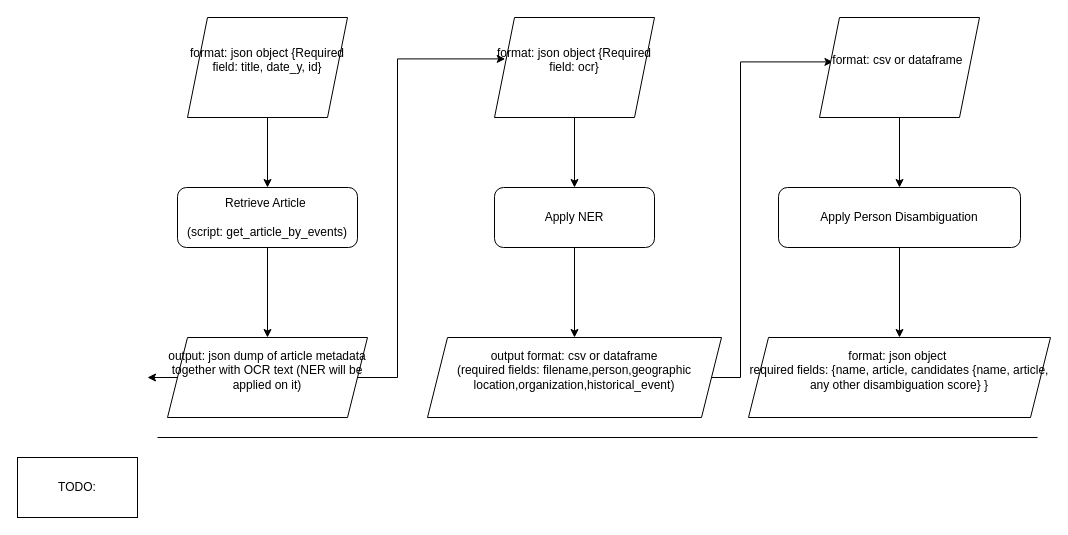
Shoilee/linking_delpher keeps this draw.io diagram as workflowDiagram.drawio. Above is the earlier version. Source tidied: cells renumbered, new cells numbered last; positions are measured from the earlier drawing's top-left corner, leaving out a move shared by most shapes. Both pictures are drawn from the tidied source at 100%, with x=0, y=0 at pixel (17, 17).
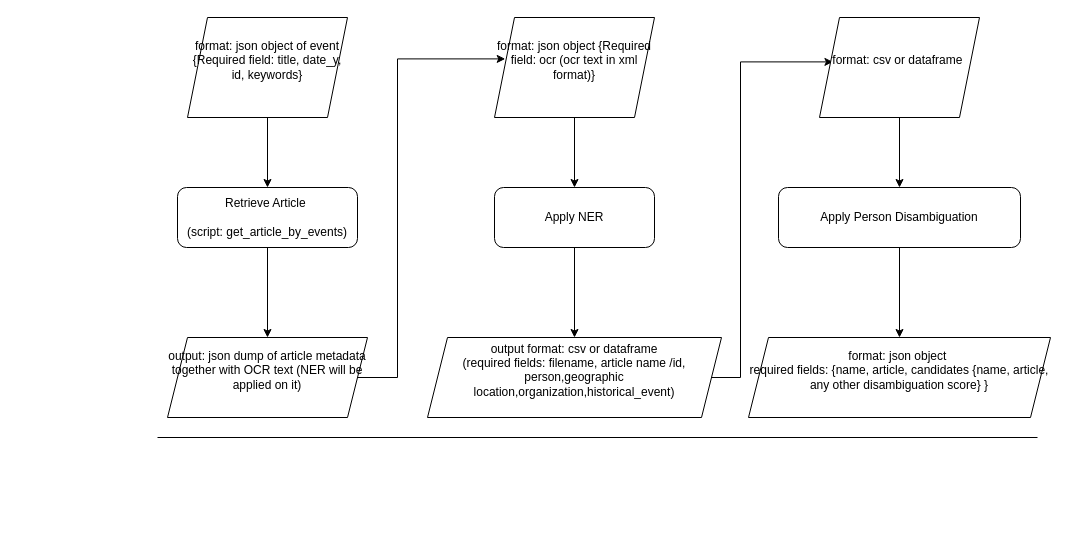
Above is the later version.

Diff of the diagram source:
```diff
@@
-    <mxCell id="9" value="format: json object {Required field: title, date_y, id&lt;span style=&quot;background-color: transparent; color: light-dark(rgb(0, 0, 0), rgb(255, 255, 255));&quot;&gt;}&lt;/span&gt;&lt;div&gt;&lt;br&gt;&lt;/div&gt;" style="shape=parallelogram;perimeter=parallelogramPerimeter;whiteSpace=wrap;html=1;shapeInside=1;fixedSize=1;" parent="1" vertex="1">
+    <mxCell id="9" value="format: json object of event {Required field: title, date_y, id, keywords&lt;span style=&quot;background-color: transparent; color: light-dark(rgb(0, 0, 0), rgb(255, 255, 255));&quot;&gt;}&lt;/span&gt;&lt;div&gt;&lt;br&gt;&lt;/div&gt;" style="shape=parallelogram;perimeter=parallelogramPerimeter;whiteSpace=wrap;html=1;shapeInside=1;fixedSize=1;" parent="1" vertex="1">
       <mxGeometry x="170" width="160" height="100" as="geometry" />
     </mxCell>
@@
-    <mxCell id="12" style="edgeStyle=orthogonalEdgeStyle;rounded=0;jettySize=auto;html=1;" parent="1" edge="1" source="13">
-      <mxGeometry relative="1" as="geometry">
-        <mxPoint x="130" y="360" as="targetPoint" />
-      </mxGeometry>
-    </mxCell>
-    <mxCell id="13" value="output: json dump of article metadata together with OCR text (NER will be applied on it)&lt;div&gt;&lt;br/&gt;&lt;/div&gt;" style="shape=parallelogram;perimeter=parallelogramPerimeter;whiteSpace=wrap;html=1;shapeInside=1;fixedSize=1;" parent="1" vertex="1">
+    <mxCell id="13" value="output: json dump of article metadata together with OCR text (NER will be applied on it)&lt;div&gt;&lt;br&gt;&lt;/div&gt;" style="shape=parallelogram;perimeter=parallelogramPerimeter;whiteSpace=wrap;html=1;shapeInside=1;fixedSize=1;" parent="1" vertex="1">
       <mxGeometry x="150" y="320" width="200" height="80" as="geometry" />
     </mxCell>
-    <mxCell id="14" value="TODO:" style="rounded=0;whiteSpace=wrap;html=1;" parent="1" vertex="1">
-      <mxGeometry y="440" width="120" height="60" as="geometry" />
-    </mxCell>
@@
-    <mxCell id="16" value="format: json object {Required field: ocr&lt;span style=&quot;background-color: transparent; color: light-dark(rgb(0, 0, 0), rgb(255, 255, 255));&quot;&gt;}&lt;/span&gt;&lt;div&gt;&lt;br&gt;&lt;/div&gt;" style="shape=parallelogram;perimeter=parallelogramPerimeter;whiteSpace=wrap;html=1;shapeInside=1;fixedSize=1;" parent="1" vertex="1">
+    <mxCell id="16" value="format: json object {Required field: ocr (ocr text in xml format)&lt;span style=&quot;background-color: transparent; color: light-dark(rgb(0, 0, 0), rgb(255, 255, 255));&quot;&gt;}&lt;/span&gt;&lt;div&gt;&lt;br&gt;&lt;/div&gt;" style="shape=parallelogram;perimeter=parallelogramPerimeter;whiteSpace=wrap;html=1;shapeInside=1;fixedSize=1;" parent="1" vertex="1">
       <mxGeometry x="477" width="160" height="100" as="geometry" />
     </mxCell>
-    <mxCell id="17" value="output format: csv or dataframe&lt;br&gt;(required fields: filename,person,geographic location,organization,historical_event)&lt;br&gt;&lt;div&gt;&lt;br&gt;&lt;/div&gt;" style="shape=parallelogram;perimeter=parallelogramPerimeter;whiteSpace=wrap;html=1;shapeInside=1;fixedSize=1;" parent="1" vertex="1">
+    <mxCell id="17" value="output format: csv or dataframe&lt;br&gt;(required fields: filename, article name /id, person,geographic location,organization,historical_event)&lt;br&gt;&lt;div&gt;&lt;br&gt;&lt;/div&gt;" style="shape=parallelogram;perimeter=parallelogramPerimeter;whiteSpace=wrap;html=1;shapeInside=1;fixedSize=1;" parent="1" vertex="1">
       <mxGeometry x="410" y="320" width="294" height="80" as="geometry" />
     </mxCell>
```
